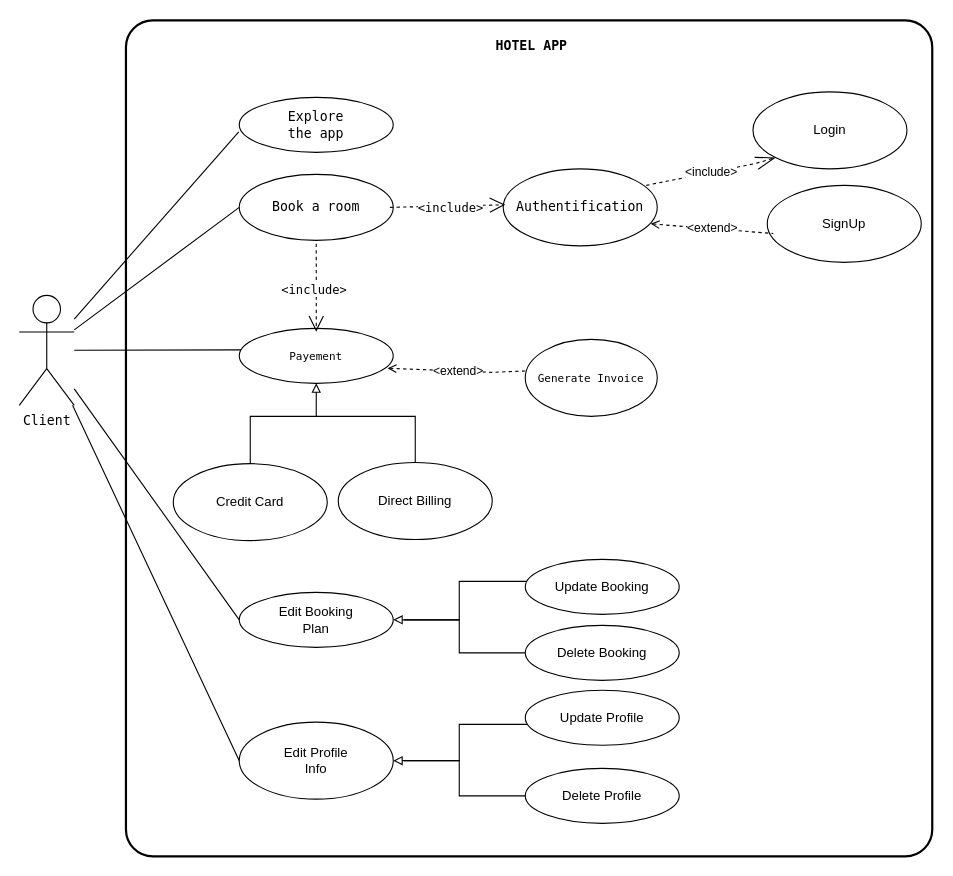
Earlier version of the draw.io diagram UML/UseCaseDiagram1.drawio (ayman-gassi/Hotel-management). Source tidied: cells renumbered, new cells numbered last; positions are measured from the earlier drawing's top-left corner, leaving out a move shared by most shapes. Both pictures are drawn from the tidied source at 110%, with x=0, y=0 at pixel (19, 20).
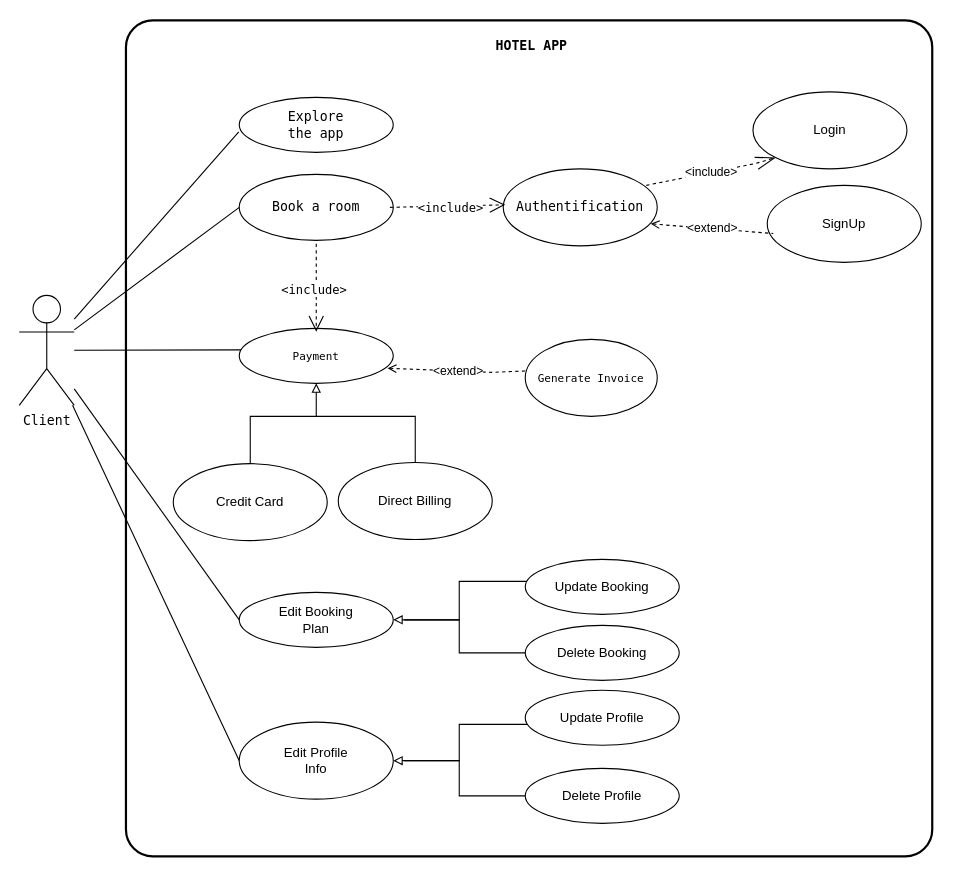
After the change.

Commit message:
UPDATE USE CASE DIAGRAM

Diff of the diagram source:
```diff
@@
-    <mxCell id="16" value="Payement" style="ellipse;whiteSpace=wrap;html=1;fontFamily=Lucida Console;fontSize=10;fontStyle=0;" parent="1" vertex="1">
+    <mxCell id="16" value="Payment" style="ellipse;whiteSpace=wrap;html=1;fontFamily=Lucida Console;fontSize=10;fontStyle=0;" parent="1" vertex="1">
       <mxGeometry x="200" y="280" width="140" height="50" as="geometry" />
     </mxCell>
```
